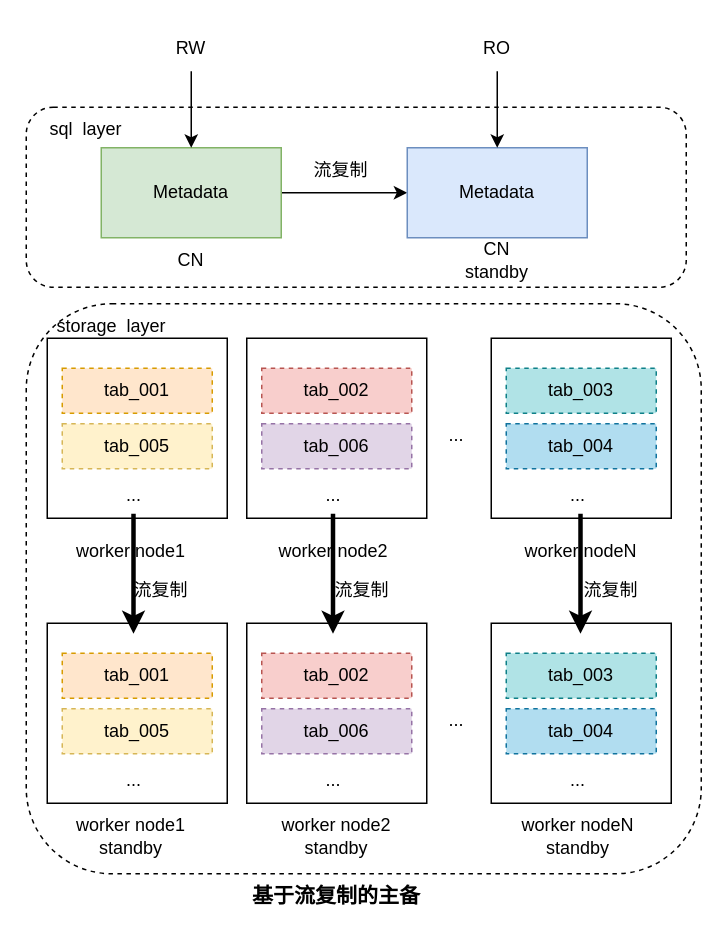
Above: citus.drawio in JasonZhou89/figurebed (draw.io), before the change. Source tidied: cells renumbered, new cells numbered last; positions are measured from the earlier drawing's top-left corner, leaving out a move shared by most shapes. Both pictures are drawn from the tidied source at 150%, with x=0, y=0 at pixel (26, 26).
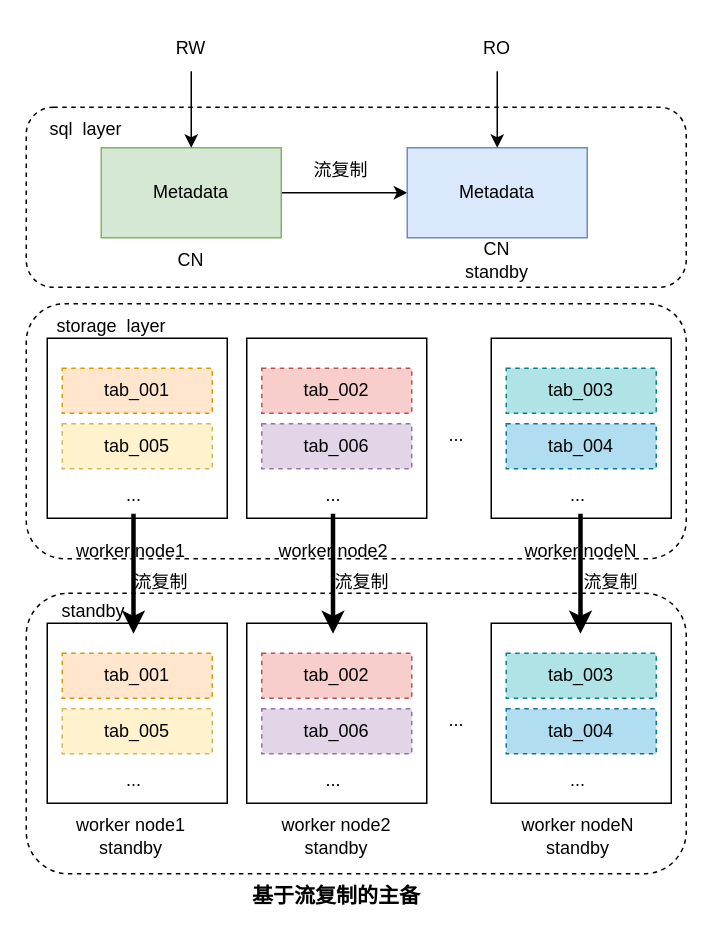
The same page after the edit.

The edit, as a diff of the source:
```diff
@@
+    <mxCell id="55" style="rounded=1;whiteSpace=wrap;html=1;dashed=1;" parent="1" vertex="1">
+      <mxGeometry y="378" width="440" height="187" as="geometry" />
+    </mxCell>
@@
     <mxCell id="13" style="rounded=1;whiteSpace=wrap;html=1;dashed=1;" parent="1" vertex="1">
-      <mxGeometry y="185" width="450" height="380" as="geometry" />
+      <mxGeometry y="185" width="440" height="170" as="geometry" />
     </mxCell>
@@
     <mxCell id="47" value="流复制" style="text;html=1;strokeColor=none;fillColor=none;align=center;verticalAlign=middle;whiteSpace=wrap;rounded=0;dashed=1;" parent="1" vertex="1">
-      <mxGeometry x="60" y="361" width="60" height="30" as="geometry" />
+      <mxGeometry x="60" y="356" width="60" height="30" as="geometry" />
     </mxCell>
     <mxCell id="48" value="流复制" style="text;html=1;strokeColor=none;fillColor=none;align=center;verticalAlign=middle;whiteSpace=wrap;rounded=0;dashed=1;" parent="1" vertex="1">
-      <mxGeometry x="194" y="361" width="60" height="30" as="geometry" />
+      <mxGeometry x="194" y="356" width="60" height="30" as="geometry" />
     </mxCell>
     <mxCell id="49" value="流复制" style="text;html=1;strokeColor=none;fillColor=none;align=center;verticalAlign=middle;whiteSpace=wrap;rounded=0;dashed=1;" parent="1" vertex="1">
-      <mxGeometry x="360" y="361" width="60" height="30" as="geometry" />
+      <mxGeometry x="360" y="356" width="60" height="30" as="geometry" />
     </mxCell>
@@
+    <mxCell id="56" value="standby" style="text;html=1;strokeColor=none;fillColor=none;align=center;verticalAlign=middle;whiteSpace=wrap;rounded=0;dashed=1;" parent="1" vertex="1">
+      <mxGeometry x="2" y="375" width="86" height="30" as="geometry" />
+    </mxCell>
```
